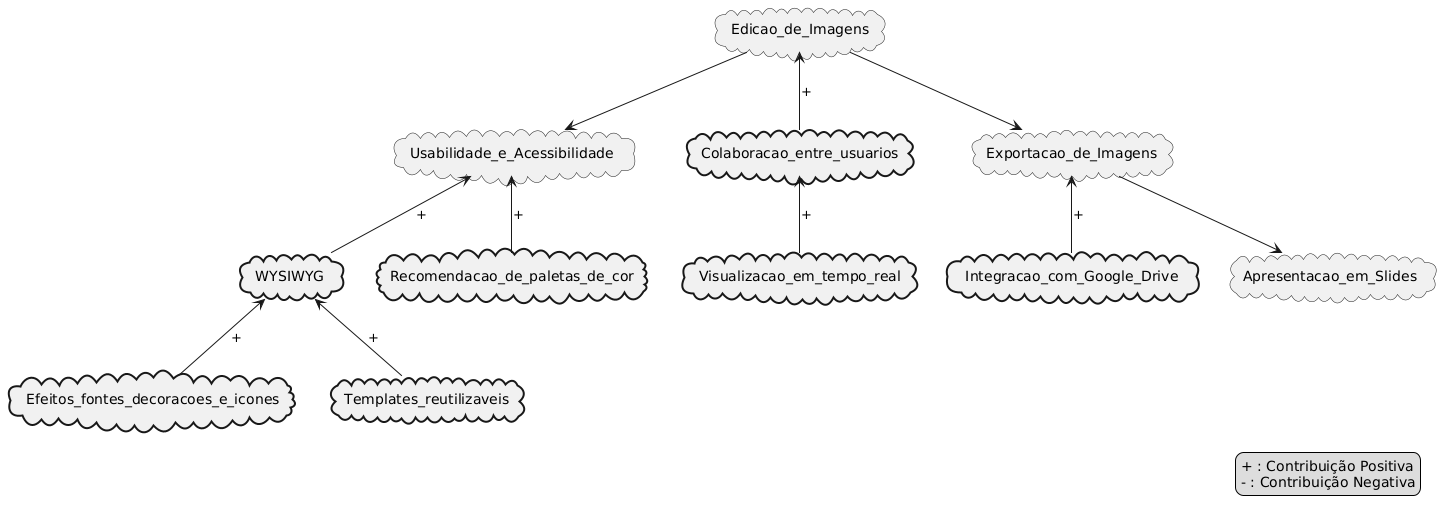
Before: docs/images/nfr-framework/v1.0/edicao_de_imagens.png, a diagram exported from PlantUML (LuizaMaluf/req_Canva_2024.1).
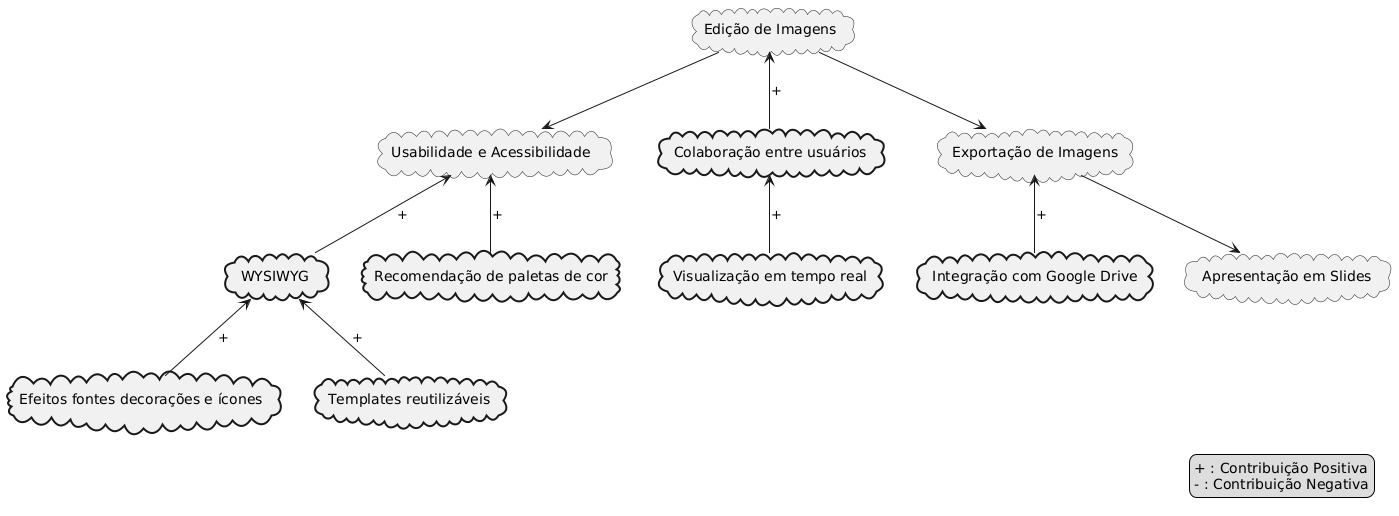
After the change.

Change to the diagram source:
```diff
@@ -1,19 +1,19 @@
 @startuml
-!define softgoal(name) cloud name
-!define op(name) cloud #line.bold;  name
+!define softgoal(name) cloud "name"
+!define op(name) cloud #line.bold;  "name"
 
-softgoal(Edicao_de_Imagens) as edicao
+softgoal(Edição de Imagens) as edicao
 
-softgoal(Usabilidade_e_Acessibilidade) as usabilidade
+softgoal(Usabilidade e Acessibilidade) as usabilidade
 op(WYSIWYG) as wysiwyg
-op(Efeitos_fontes_decoracoes_e_icones) as recursos
-op(Templates_reutilizaveis) as templates
-op(Recomendacao_de_paletas_de_cor) as recomendacao
-op(Colaboracao_entre_usuarios) as colaboracao
-op(Visualizacao_em_tempo_real) as visualizacao
-softgoal(Exportacao_de_Imagens) as exportacao
-op(Integracao_com_Google_Drive) as integracao
-softgoal(Apresentacao_em_Slides) as apresentacao
+op(Efeitos fontes decorações e ícones) as recursos
+op(Templates reutilizáveis) as templates
+op(Recomendação de paletas de cor) as recomendacao
+op(Colaboração entre usuários) as colaboracao
+op(Visualização em tempo real) as visualizacao
+softgoal(Exportação de Imagens) as exportacao
+op(Integração com Google Drive) as integracao
+softgoal(Apresentação em Slides) as apresentacao
 
 edicao --> usabilidade
 edicao <-- colaboracao : +
```
